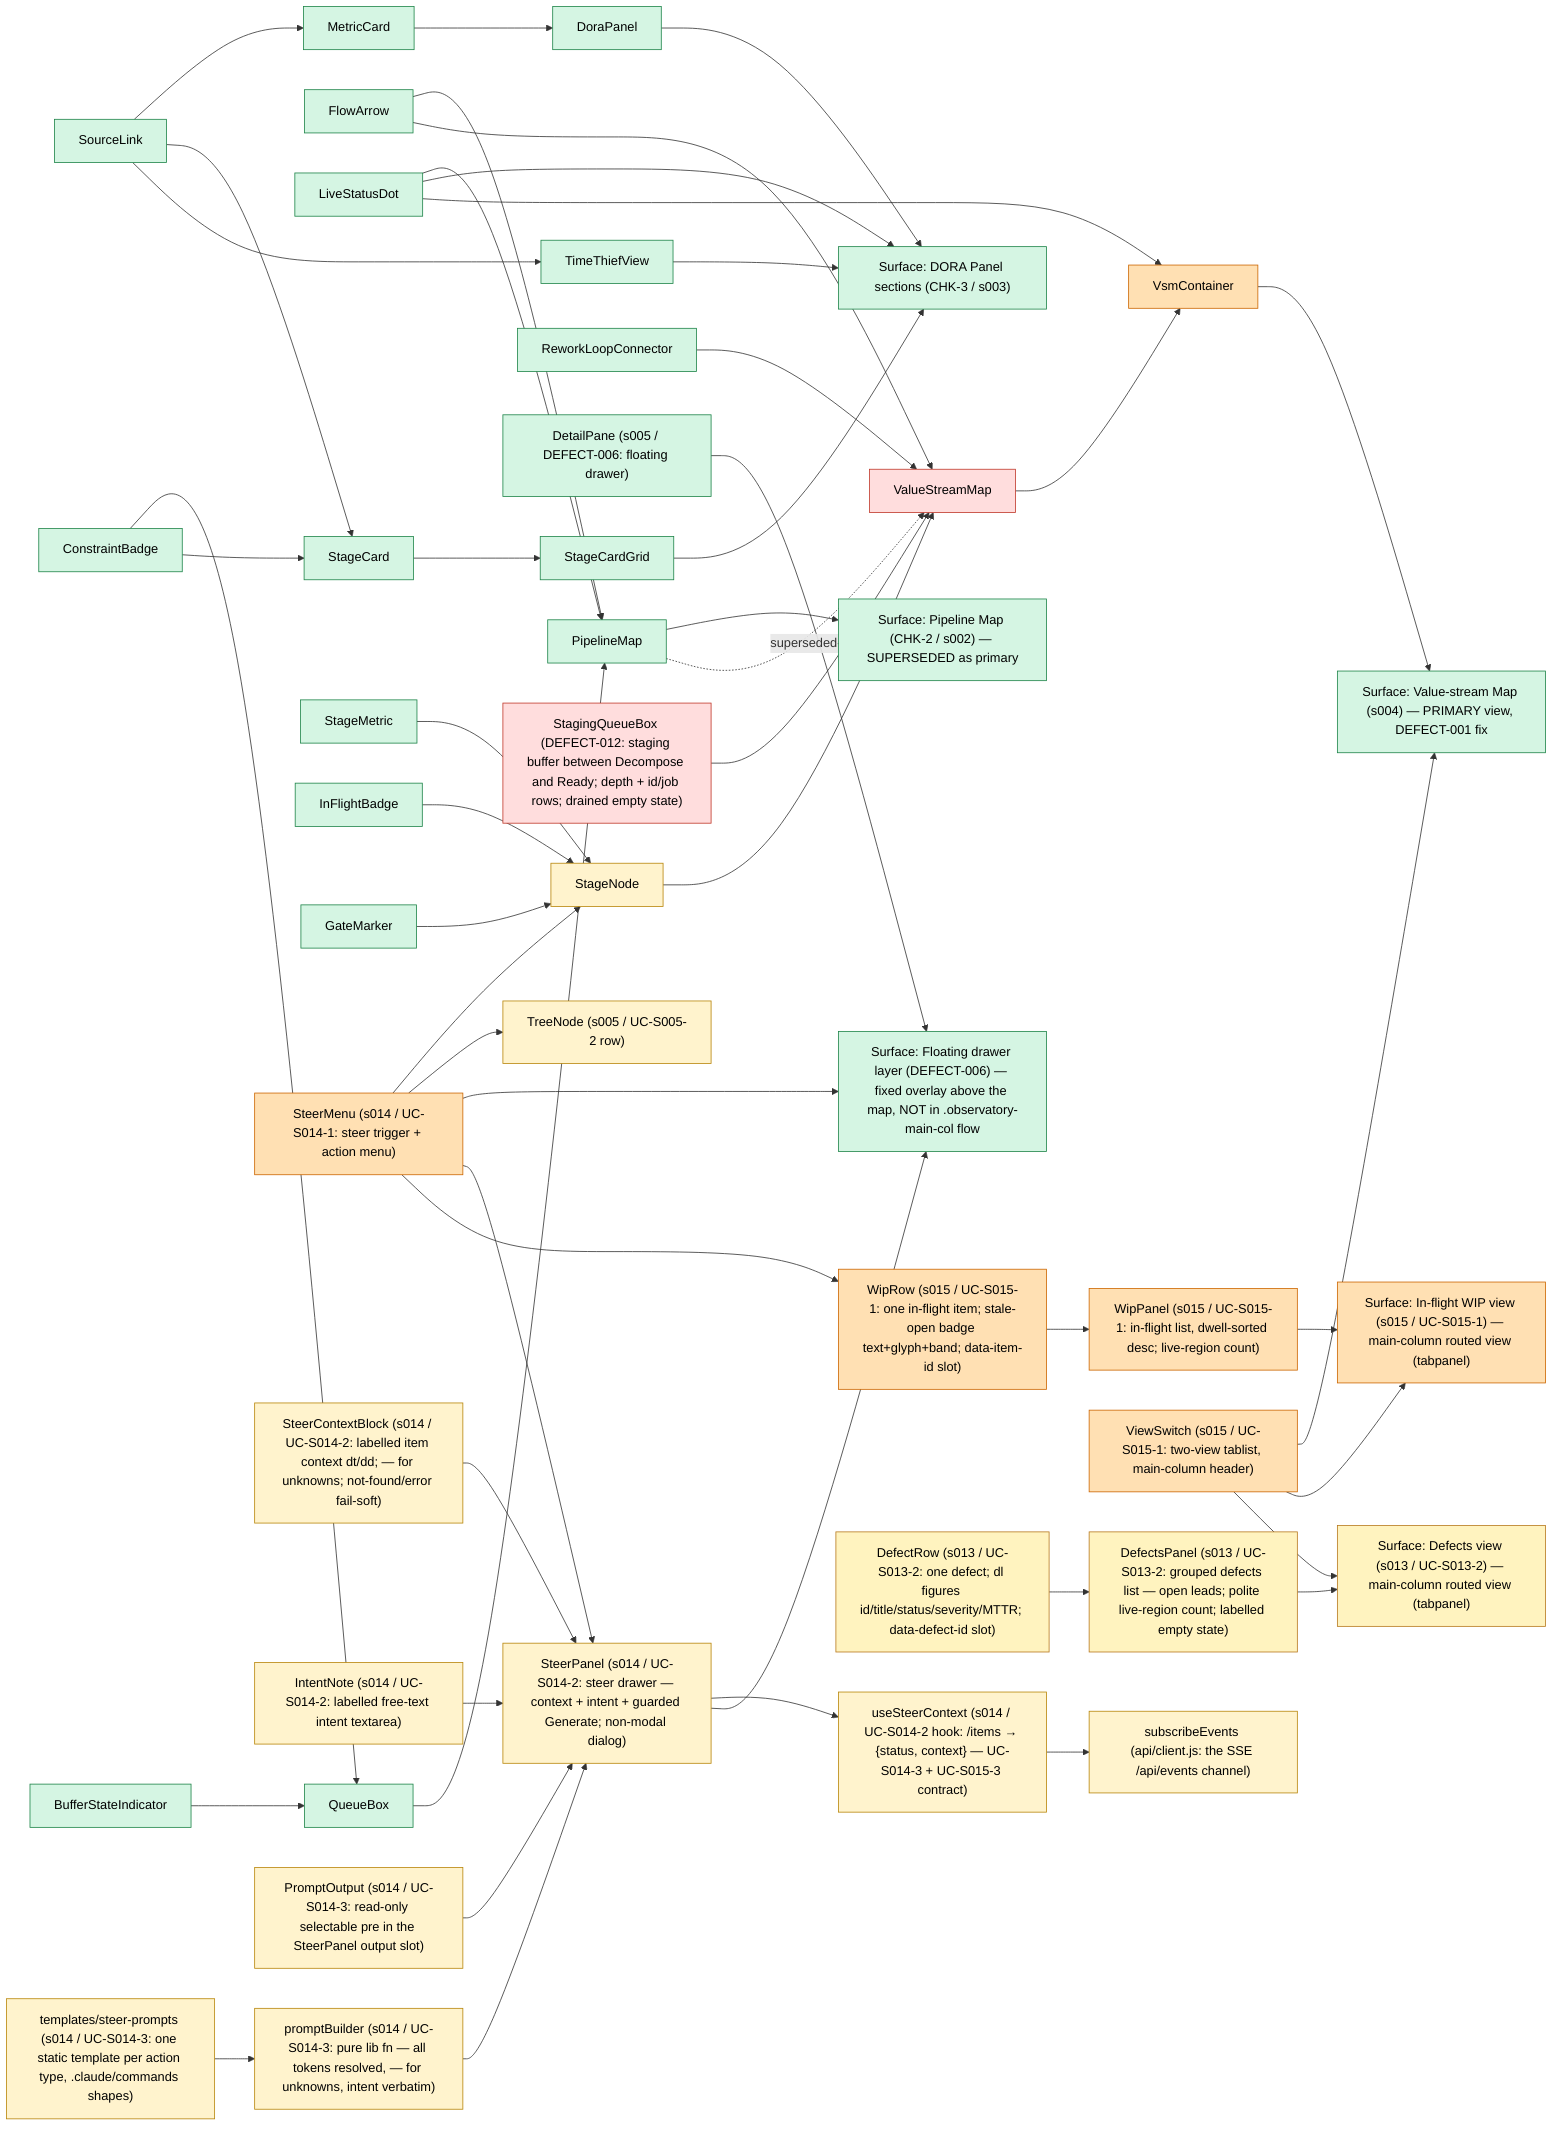
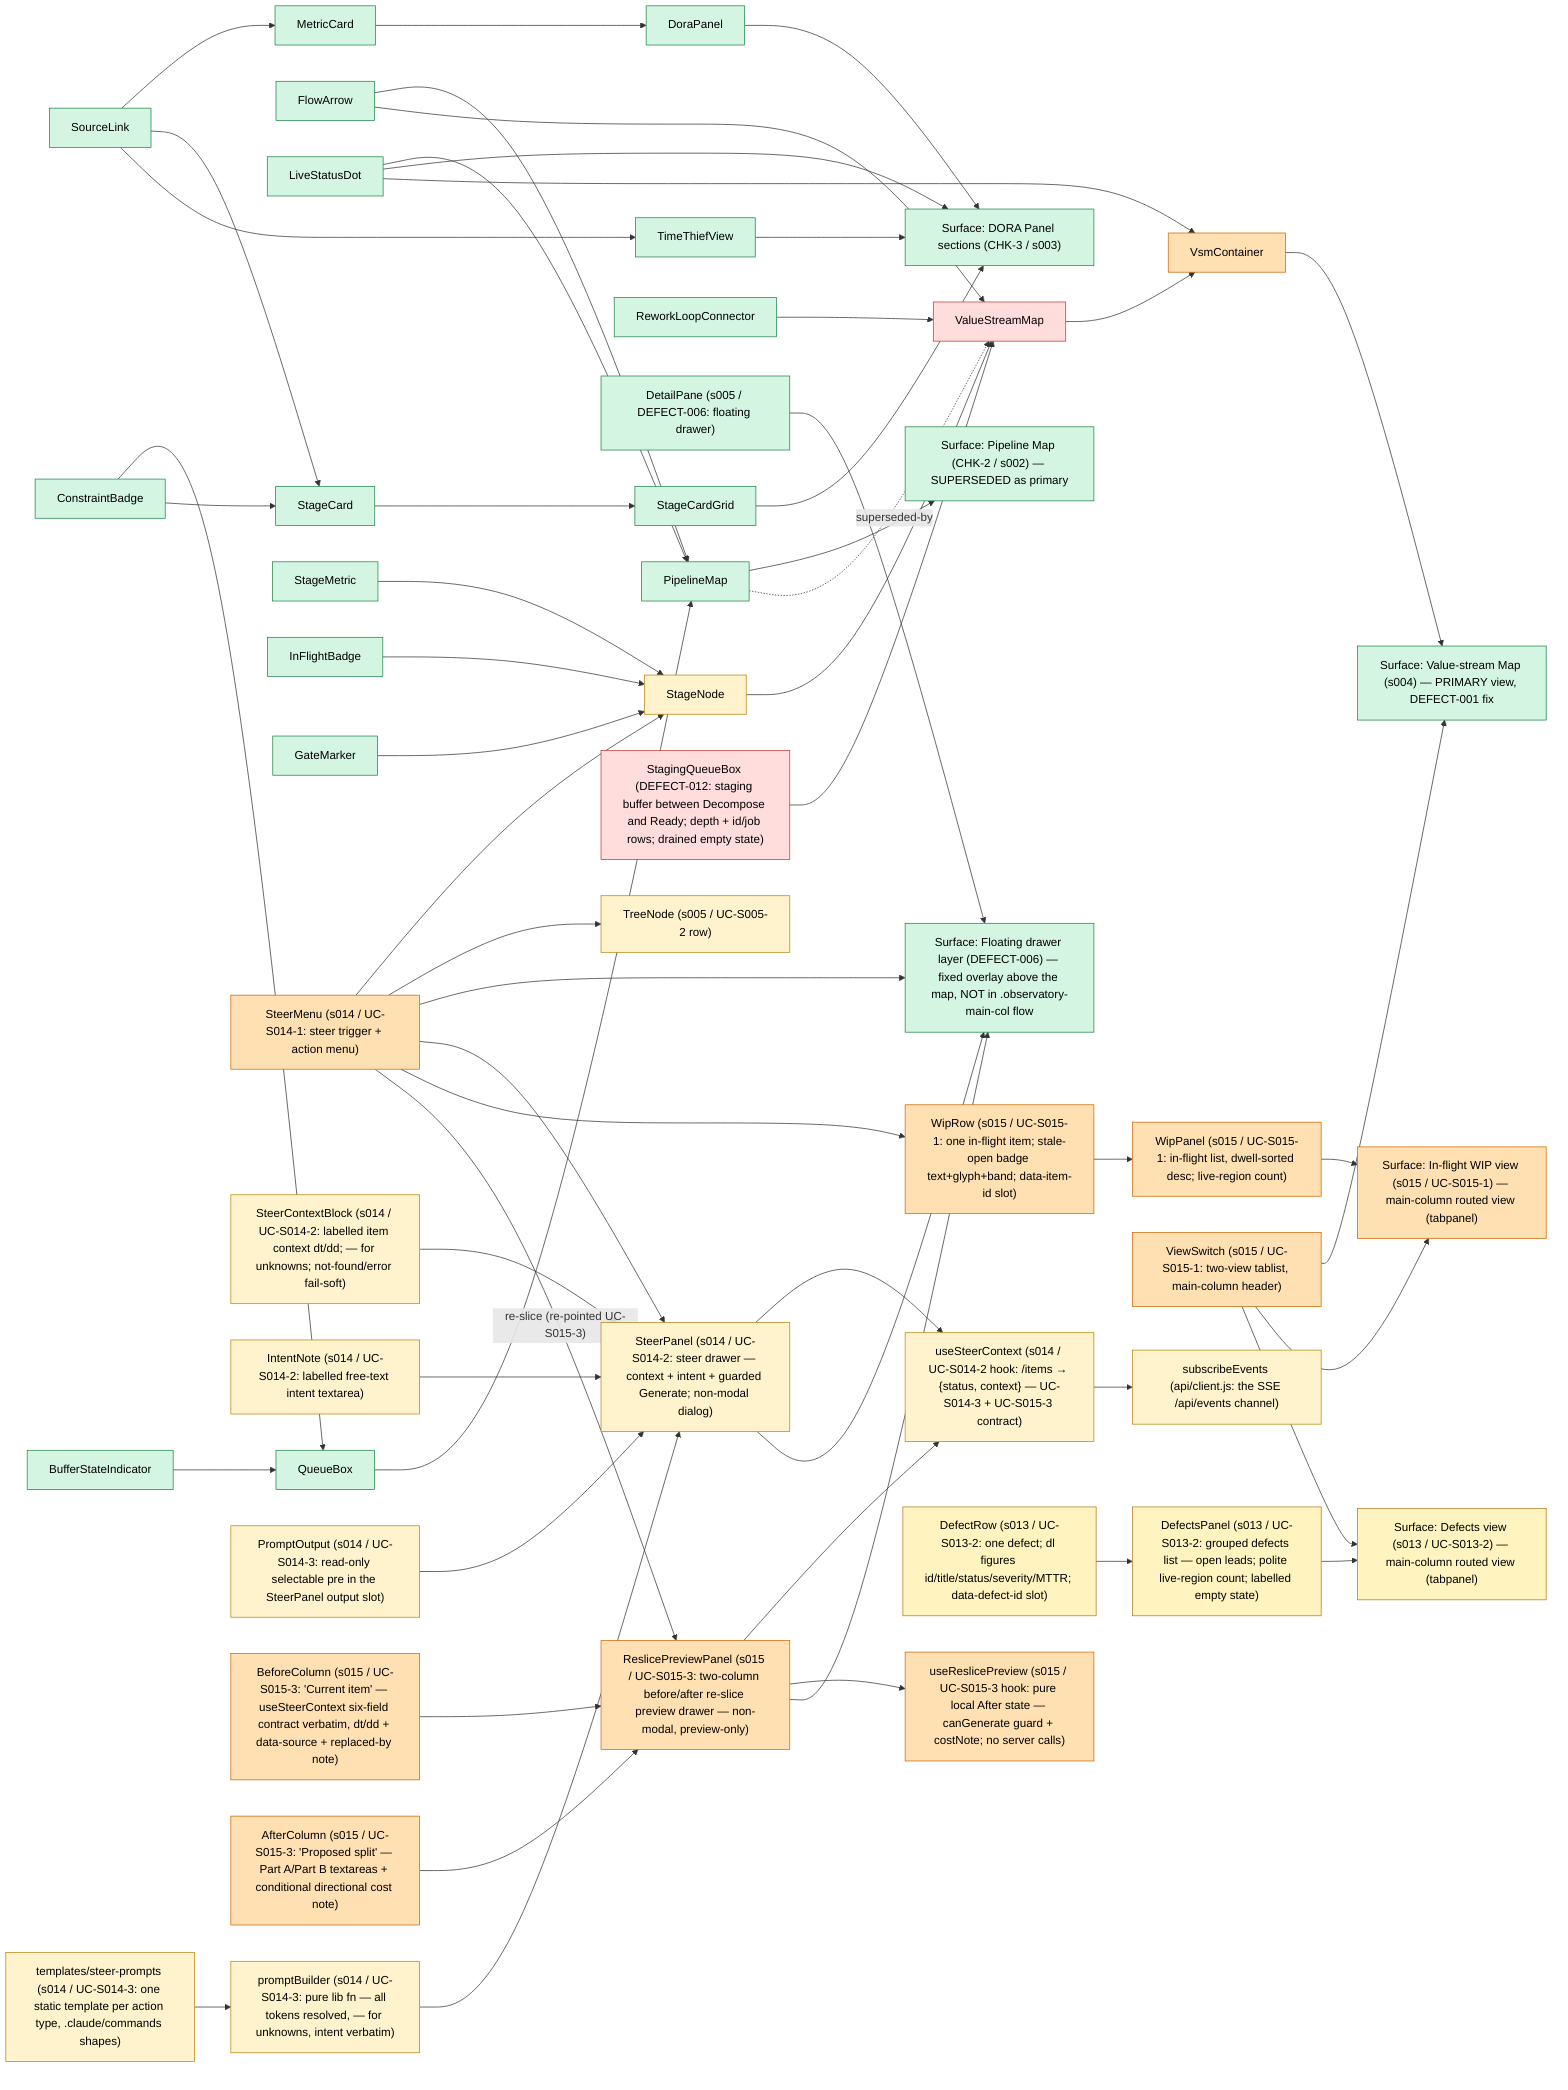
%% Observatory UI change-impact model — design-system components -> surfaces that use them.
%% Owner: ui-designer. Edges = "used by". Nodes/edges added or re-pointed in a commit
%% are marked `class ... changed` in the SAME commit; the tester consumes the marks
%% as the UI test-plan input, then they are cleared at slice delivery.
%% Seeded: s002-pipeline-map (CHK-2) — DELIVERED 2026-06-09T02:22:00Z; all nodes stable.
graph LR
  %% --- surfaces ---
  PipelineMapScreen["Surface: Pipeline Map (CHK-2 / s002) — SUPERSEDED as primary"]
  DoraPanelScreen["Surface: DORA Panel sections (CHK-3 / s003)"]
  ValueStreamScreen["Surface: Value-stream Map (s004) — PRIMARY view, DEFECT-001 fix"]
  ObservatoryDrawerLayer["Surface: Floating drawer layer (DEFECT-006) — fixed overlay above the map, NOT in .observatory-main-col flow"]

  %% --- design-system components ---
  PipelineMap["PipelineMap"]
  QueueBox["QueueBox"]
  BufferStateIndicator["BufferStateIndicator"]
  ConstraintBadge["ConstraintBadge"]
  FlowArrow["FlowArrow"]
  LiveStatusDot["LiveStatusDot"]
  DoraPanel["DoraPanel"]
  MetricCard["MetricCard"]
  StageCardGrid["StageCardGrid"]
  StageCard["StageCard"]
  TimeThiefView["TimeThiefView"]
  SourceLink["SourceLink"]
  %% s004 value-stream components (DEFECT-001 fix) — mounted as the PRIMARY view
  VsmContainer["VsmContainer"]
  ValueStreamMap["ValueStreamMap"]
  StageNode["StageNode"]
  StageMetric["StageMetric"]
  InFlightBadge["InFlightBadge"]
  GateMarker["GateMarker"]
  ReworkLoopConnector["ReworkLoopConnector"]

  %% --- used-by edges ---
  PipelineMap --> PipelineMapScreen
  QueueBox --> PipelineMap
  BufferStateIndicator --> QueueBox
  ConstraintBadge --> QueueBox
  FlowArrow --> PipelineMap
  LiveStatusDot --> PipelineMap
  %% CHK-3 (s003) used-by edges
  DoraPanel --> DoraPanelScreen
  StageCardGrid --> DoraPanelScreen
  TimeThiefView --> DoraPanelScreen
  MetricCard --> DoraPanel
  StageCard --> StageCardGrid
  ConstraintBadge --> StageCard
  SourceLink --> MetricCard
  SourceLink --> StageCard
  SourceLink --> TimeThiefView
  LiveStatusDot --> DoraPanelScreen
  %% s004 (DEFECT-001) used-by edges — the value-stream map becomes the primary surface.
  %% Runtime routing path: main.jsx mounts VsmContainer (NOT MapContainer) → ValueStreamMap.
  VsmContainer --> ValueStreamScreen
  ValueStreamMap --> VsmContainer
  StageNode --> ValueStreamMap
  StageMetric --> StageNode
  InFlightBadge --> StageNode
  GateMarker --> StageNode
  ReworkLoopConnector --> ValueStreamMap
  FlowArrow --> ValueStreamMap
  LiveStatusDot --> VsmContainer
  %% supersession: PipelineMap is no longer mounted as the primary view (still in tree, tested).
  PipelineMap -. superseded-by .-> ValueStreamMap

  %% DEFECT-006: DetailPane RE-POINTED — was an in-flow sibling of ValueStreamMap inside
  %% .observatory-main-col (reflowed the map); now a position:fixed floating drawer on its
  %% own overlay layer. The re-point is the regression-guard input for the tester (GEO-S005-3b).
  DetailPane["DetailPane (s005 / DEFECT-006: floating drawer)"]
  DetailPane --> ObservatoryDrawerLayer

  %% s014 / UC-S014-1: SteerMenu (NEW) — per-item steer trigger + body-portalled
  %% role=menu popover (4 action types). Composed READ-ONLY into the queue chips
  %% (StageNode) and the tree rows (TreeNode); onSteer(itemId, actionType) prop
  %% slot threads VsmContainer→ValueStreamMap→StageNode and WorkItemTree→TreeNode
  %% (no host logic change). The popover renders on the fixed-overlay layer
  %% (DEFECT-006 discipline) — zero flow height, own stacking context.
  %% NOTE for tester: trigger carries data-steer-item-id (NOT data-item-id — that
  %% stays the treeitem's unique selector); MetricSource reveal panels are now
  %% pointer-events:none so they cannot intercept clicks on the chips' triggers.
  TreeNode["TreeNode (s005 / UC-S005-2 row)"]
  SteerMenu["SteerMenu (s014 / UC-S014-1: steer trigger + action menu)"]
  SteerMenu --> StageNode
  SteerMenu --> TreeNode
  SteerMenu --> ObservatoryDrawerLayer

  %% s014 / UC-S014-2: SteerPanel (NEW) — the right-anchored NON-MODAL steer
  %% drawer the SteerMenu opens (DetailPane drawer IDIOM, not the component):
  %% position:fixed + portalled to document.body, z = --z-drawer + 1 (topmost
  %% over a co-open DetailPane). Regions: header → SteerContextBlock (labelled
  %% dt/dd context, data-source anchor) → IntentNote textarea → guarded
  %% "Generate prompt" (aria-disabled until ≥1 char) → UC-S014-3 output SLOT.
  %% Data: useSteerContext(itemId) fetches the EXISTING /items endpoint
  %% (READ-ONLY; no new route) → {status, context} — the contract UC-S014-3
  %% (promptBuilder) and UC-S015-3 (ReslicePreviewPanel) consume verbatim.
  %% RUNTIME ROUTING for the tester: ObservatoryView now OWNS the steer gesture
  %% — onSteer threads ObservatoryView→WorkItemTreeContainer→WorkItemTree→
  %% TreeNode→SteerMenu AND ObservatoryView→VsmContainer→ValueStreamMap→
  %% StageNode→SteerMenu (UC-S014-1's stub destination is now real); selection
  %% mounts SteerPanelContainer as a layout sibling (body-portalled overlay).
  %% Esc/×/Cancel close → focus RETURNS to the opening steer trigger.
  SteerPanel["SteerPanel (s014 / UC-S014-2: steer drawer — context + intent + guarded Generate; non-modal dialog)"]
  SteerContextBlock["SteerContextBlock (s014 / UC-S014-2: labelled item context dt/dd; — for unknowns; not-found/error fail-soft)"]
  IntentNote["IntentNote (s014 / UC-S014-2: labelled free-text intent textarea)"]
  UseSteerContext["useSteerContext (s014 / UC-S014-2 hook: /items → {status, context} — UC-S014-3 + UC-S015-3 contract)"]
  SteerMenu --> SteerPanel
  SteerPanel --> UseSteerContext
  SteerContextBlock --> SteerPanel
  IntentNote --> SteerPanel
  SteerPanel --> ObservatoryDrawerLayer

  %% s014 / UC-S014-3 THIS commit: promptBuilder (NEW) — PURE lib fn (steer
  %% action type + SteerContext + intent note → filled slash-command prompt;
  %% client-side only, NO server call on Generate). Templates are STATIC
  %% strings, one per action type, shapes matching the committed
  %% .claude/commands (/defect's four REAL fields expected/actual/intent/
  %% importance; /intake priority update; /slice-next re-slice; freeform
  %% custom). RUNTIME ROUTING for the tester: SteerPanelContainer (NOT
  %% ObservatoryView — untouched this UC) owns generation — panel onGenerate →
  %% buildPrompt → `prompt` prop → PromptOutput <pre> rendered INSIDE the
  %% UC-S014-2 reserved slot (prompt-output-slot). Output is SELECTABLE text
  %% (user-select: text); prompt carries item id WITH job sentence + operator
  %% intent VERBATIM, never raw row refs (no sourceRef path / row:N). Copy
  %% button/toast + SSE refresh are UC-S014-4 — pinned ABSENT by
  %% SteerPanelPrompt.test.jsx.
  PromptBuilder["promptBuilder (s014 / UC-S014-3: pure lib fn — all tokens resolved, — for unknowns, intent verbatim)"]
  SteerPromptTemplates["templates/steer-prompts (s014 / UC-S014-3: one static template per action type, .claude/commands shapes)"]
  PromptOutput["PromptOutput (s014 / UC-S014-3: read-only selectable pre in the SteerPanel output slot)"]
  PromptBuilder --> SteerPanel
  SteerPromptTemplates --> PromptBuilder
  PromptOutput --> SteerPanel

  %% s014 / UC-S014-4 THIS commit (part 1 — SSE seam): useSteerContext gains a
  %% DEBOUNCED subscribeEvents → in-place refresh (the useWipItems idiom): a
  %% relevant items.csv change frame re-fetches the context WITHOUT a loading
  %% reset (old context stays displayed; additive `refreshing` flag exposed for
  %% the ContextRefreshCue). Fail-soft without EventSource (jsdom → static).
  %% RUNTIME ROUTING for the tester: the refresh updates the CONTEXT BLOCK ONLY
  %% — prompt state lives in SteerPanelContainer and mutates exclusively on an
  %% explicit Generate press (PROMPT-FREEZE-1).
  SubscribeEvents["subscribeEvents (api/client.js: the SSE /api/events channel)"]
  UseSteerContext --> SubscribeEvents

  %% s015 / UC-S015-1: WIP navigation panel — ROUTED VIEW (EXP-016). ObservatoryView's
  %% main column gains a ViewSwitch tablist ("Pipeline" | "In-flight WIP") that swaps
  %% the column content between VsmContainer (default) and WipPanel. The two surfaces
  %% NEVER co-exist (inactive tabpanel is hidden AND empty → genuinely unmounted), so
  %% there is no overlay-reflow failure mode by construction (GEO-S015-1).
  %% RUNTIME ROUTING CHANGE for the tester: VsmContainer is now mounted CONDITIONALLY
  %% inside the pipeline tabpanel (was: unconditionally in .observatory-main-col) —
  %% GEO-S015-1 pins that switch-away-and-back restores a byte-identical VSM bbox.
  %% WipRow carries data-item-id — the composition slot UC-S015-2's SteerMenu reads.
  WipViewScreen["Surface: In-flight WIP view (s015 / UC-S015-1) — main-column routed view (tabpanel)"]
  ViewSwitch["ViewSwitch (s015 / UC-S015-1: two-view tablist, main-column header)"]
  WipPanel["WipPanel (s015 / UC-S015-1: in-flight list, dwell-sorted desc; live-region count)"]
  WipRow["WipRow (s015 / UC-S015-1: one in-flight item; stale-open badge text+glyph+band; data-item-id slot)"]
  ViewSwitch --> ValueStreamScreen
  ViewSwitch --> WipViewScreen
  WipPanel --> WipViewScreen
  WipRow --> WipPanel

  %% s015 / UC-S015-2 THIS commit: SteerMenu composed READ-ONLY into WipRow as the
  %% trailing row element (the TreeNode/StageNode idiom; trigger rides
  %% data-steer-item-id, the row keeps data-item-id unique). RUNTIME ROUTING for
  %% the tester: onSteer threads ObservatoryView→WipPanelContainer→WipPanel→
  %% WipRow→SteerMenu; ALL FOUR actions (incl. re-slice — explicit no-dead-end,
  %% interim until UC-S015-3 re-points that one branch) open the EXISTING
  %% SteerPanel with the item pre-loaded; close returns focus to the WIP-row trigger.
  SteerMenu --> WipRow
+ 
+   %% s015 / UC-S015-3 THIS commit: ReslicePreviewPanel (NEW) — the two-column
+   %% before/after re-slice preview drawer. SIBLING of SteerPanel in the SAME
+   %% drawer family (steer-panel.css idiom REUSED: fixed + body-portalled +
+   %% z-drawer+1, non-modal, focus move/return, Esc/×/Cancel) — style reuse,
+   %% NOT component composition. Regions: h2 header → TWO-COLUMN body
+   %% (BeforeColumn "Current item" = the useSteerContext six-field contract
+   %% rendered VERBATIM, dt/dd + data-source | AfterColumn "Proposed split" =
+   %% part-a-job/part-b-job textareas + directional cost note ONLY when both
+   %% parts non-empty) → intent textarea → guarded "Looks right — generate
+   %% prompt" (aria-disabled until ALL THREE fields non-empty) → reserved
+   %% prompt-output-slot pinned EMPTY (prompt rendering is UC-S015-4).
+   %% useReslicePreview (NEW hook) — PURE LOCAL After-state (no server calls).
+   %% RUNTIME ROUTING CHANGE for the tester (RESLICE-DISPATCH-1): the
+   %% ObservatoryView steer dispatch is RE-POINTED for ONE action —
+   %% actionType==='re-slice' now mounts ReslicePreviewPanelContainer; the
+   %% other three actions still mount SteerPanelContainer. Holds from EVERY
+   %% SteerMenu origin (WIP row, tree row, VSM chip) — per-action, not
+   %% per-origin. PREVIEW-ONLY: writes nothing; Generate's only output is the
+   %% onGenerate({itemId, context, partAJob, partBJob, intentNote}) seam —
+   %% UC-S015-4's verbatim input contract.
+   ReslicePreviewPanel["ReslicePreviewPanel (s015 / UC-S015-3: two-column before/after re-slice preview drawer — non-modal, preview-only)"]
+   BeforeColumn["BeforeColumn (s015 / UC-S015-3: 'Current item' — useSteerContext six-field contract verbatim, dt/dd + data-source + replaced-by note)"]
+   AfterColumn["AfterColumn (s015 / UC-S015-3: 'Proposed split' — Part A/Part B textareas + conditional directional cost note)"]
+   UseReslicePreview["useReslicePreview (s015 / UC-S015-3 hook: pure local After state — canGenerate guard + costNote; no server calls)"]
+   BeforeColumn --> ReslicePreviewPanel
+   AfterColumn --> ReslicePreviewPanel
+   ReslicePreviewPanel --> UseSteerContext
+   ReslicePreviewPanel --> UseReslicePreview
+   ReslicePreviewPanel --> ObservatoryDrawerLayer
+   %% the RE-POINTED dispatch edge: SteerMenu's re-slice action now lands here
+   %% (the other three actions keep their SteerMenu --> SteerPanel adjacency).
+   SteerMenu -- "re-slice (re-pointed UC-S015-3)" --> ReslicePreviewPanel

  %% DEFECT-012: StagingQueueBox (NEW) — the staging buffer ("decomposed,
  %% awaiting triage") rendered INSIDE ValueStreamMap's queue lane BETWEEN the
  %% Decompose and Ready stage nodes, wrapped with two MiniArrows in the
  %% .staging-handoff flex item (replaces the old decompose→ready FlowArrow).
  %% Data: VsmContainer loads GET /queues/staging (getStagingQueue) and passes
  %% the {queue,depth,rows} envelope down; re-fetches on a staging.csv SSE frame.
  %% NOTE for tester: box is NOT focusable (A11Y-3 tab walk unchanged); testid
  %% staging-buffer (NOT stage-*); depth 0 renders an explicit drained state.
  StagingQueueBox["StagingQueueBox (DEFECT-012: staging buffer between Decompose and Ready; depth + id/job rows; drained empty state)"]
  StagingQueueBox --> ValueStreamMap

  %% s013 / UC-S013-2: Defects view — THIRD ROUTED VIEW in the main column.
  %% ViewSwitch (s015, EXTENDED — no fork: the TABS table grew to three; the
  %% active/onSelect contract is unchanged) now fans out to THREE view screens.
  %% DefectsPanel lists the /defects records grouped CONFIRMED-first then CLOSED
  %% (grouping/sort in useDefects — the panel is pure render); same hidden-AND-
  %% empty tabpanel discipline as the WIP view (GEO-S013-2-1: lossless switch).
  %% NOTE for tester: DefectRow carries data-defect-id (NOT data-item-id — that
  %% stays the tree/WIP unique contract) — the slot UC-S013-3's drill composes
  %% against. Open row cue = "OPEN" text + ⚠ glyph + --c-state-over band (never
  %% colour alone); ledger-only null severity renders "—"; open MTTR renders
  %% "open", never "0". Heading focus is a LAYOUT effect (sha 0c2b49c idiom —
  %% deterministic on mount, never racing a re-render).
  DefectsViewScreen["Surface: Defects view (s013 / UC-S013-2) — main-column routed view (tabpanel)"]
  DefectsPanel["DefectsPanel (s013 / UC-S013-2: grouped defects list — open leads; polite live-region count; labelled empty state)"]
  DefectRow["DefectRow (s013 / UC-S013-2: one defect; dl figures id/title/status/severity/MTTR; data-defect-id slot)"]
  ViewSwitch --> DefectsViewScreen
  DefectsPanel --> DefectsViewScreen
  DefectRow --> DefectsPanel

  classDef delivered fill:#d5f5e3,stroke:#1e8449,color:#000;
  %% CHK-3 (s003) DROPPED — scope absorbed into CHK-2 restated done-condition (s004 delivered).
  %% s004 DELIVERED 2026-06-10T11:00:00Z — CHK-2 done-condition MET.
  %% DEFECT-006 FIXED — DetailPane floating-drawer re-point delivered as part of s005 (CHK-4 done 2026-06-10T19:00:00Z).
  %% All of the above: s003-changed, s004changed, defect006changed marks cleared at their delivery.
  %% (ValueStreamMap moved to def012changed below — DEFECT-012 queue-lane re-route.)
  class PipelineMapScreen,PipelineMap,QueueBox,BufferStateIndicator,ConstraintBadge,FlowArrow,LiveStatusDot,DoraPanelScreen,DoraPanel,MetricCard,StageCardGrid,StageCard,TimeThiefView,SourceLink,ValueStreamScreen,VsmContainer,StageMetric,InFlightBadge,GateMarker,ReworkLoopConnector,DetailPane,ObservatoryDrawerLayer delivered;
  %% s014 still in-flight: UC-S014-1+2 done but UC-S014-3/4 planned; SteerMenu+StageNode+TreeNode
  %% remain in blast radius for the remaining s014 UCs (prompt builder, clipboard/SSE).
  %% UC-S014-2 THIS commit: SteerPanel/SteerContextBlock/IntentNote/useSteerContext added;
  %% SteerMenu→SteerPanel edge made real (onSteer now opens the panel — ObservatoryView +
  %% WorkItemTreeContainer carry the pass-through). Tester UI test-plan input.
  %% Convention: s014changed cleared only at full s014 slice delivery after tester final sign-off.
  classDef s014changed fill:#fff3cd,stroke:#b8860b,color:#000;
  %% UC-S014-3 THIS commit: PromptBuilder/SteerPromptTemplates/PromptOutput added;
  %% SteerPanel + its container gained the prompt prop + generation wiring
  %% (ObservatoryView untouched). Tester UI test-plan input.
  %% UC-S014-4 part 1: SubscribeEvents node + UseSteerContext --> SubscribeEvents
  %% edge added (debounced SSE in-place refresh). Tester UI test-plan input.
  class SteerMenu,TreeNode,StageNode,SteerPanel,SteerContextBlock,IntentNote,UseSteerContext,PromptBuilder,SteerPromptTemplates,PromptOutput,SubscribeEvents s014changed;
  %% s015 / UC-S015-1 nodes added + VsmContainer re-pointed (conditional
  %% mount inside the pipeline tabpanel); UC-S015-2 adds the SteerMenu --> WipRow
  %% edge (trailing steer composition; SteerMenu joins the s015 blast radius —
  %% it keeps its s014changed mark, s014 still in flight, but the WipRow hosting
  %% edge is s015's). Tester UI test-plan input; cleared at s015 delivery after
  %% the tester consumes.
  classDef s015changed fill:#ffe0b3,stroke:#cc6600,color:#000;
  class WipViewScreen,ViewSwitch,WipPanel,WipRow,VsmContainer,SteerMenu s015changed;
  %% DEFECT-012 — StagingQueueBox added + ValueStreamMap queue lane re-routed
  %% (decompose→staging→ready connectors); cleared at delivery after the tester consumes.
  classDef def012changed fill:#fdd,stroke:#c0392b,color:#000;
  class StagingQueueBox,ValueStreamMap def012changed;
  %% s013 / UC-S013-2 — DefectsViewScreen/DefectsPanel/DefectRow added THIS commit;
  %% ViewSwitch EXTENDED to three tabs in the same commit (it keeps its s015changed
  %% mark — s015 is still in flight — but it IS in the s013 blast radius too: the
  %% ViewSwitch --> DefectsViewScreen edge above is s013's). Tester UI test-plan
  %% input; cleared at s013 delivery after the tester consumes.
  classDef s013changed fill:#fff3bf,stroke:#b7791f,color:#000;
  class DefectsViewScreen,DefectsPanel,DefectRow s013changed;
+   %% s015 / UC-S015-3 THIS commit — ReslicePreviewPanel/BeforeColumn/AfterColumn/
+   %% UseReslicePreview added; the ObservatoryView re-slice dispatch branch
+   %% RE-POINTED to ReslicePreviewPanel (SteerMenu -- re-slice --> ReslicePreviewPanel;
+   %% the other three actions keep SteerMenu --> SteerPanel). UseSteerContext is in
+   %% the UC-S015-3 blast radius too (Before-column reuse; it keeps its s014changed
+   %% mark — s014 still in flight). Tester UI test-plan input; cleared at s015
+   %% delivery after the tester consumes. (Separate class statement so parallel
+   %% UC commits do not collide on one line.)
+   class ReslicePreviewPanel,BeforeColumn,AfterColumn,UseReslicePreview s015changed;
